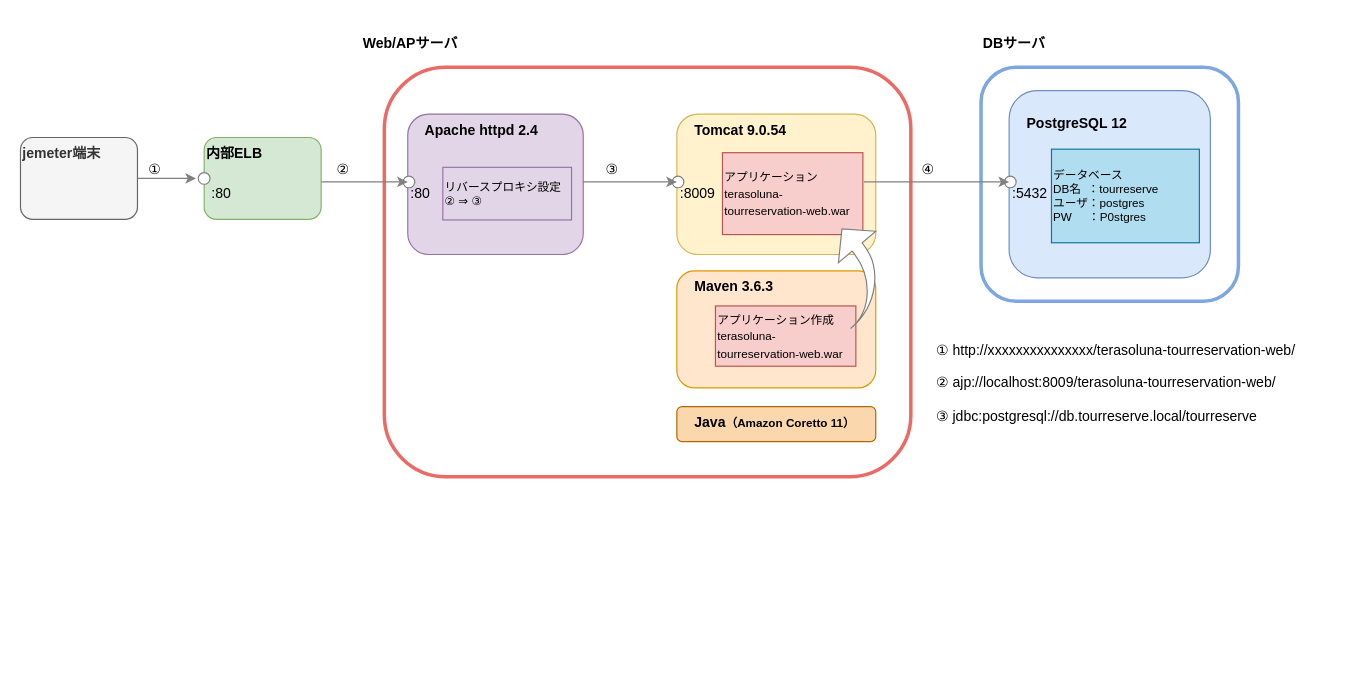
Before: page "ページ2" (2 of 3) of big-ip.drawio in muroya2355/aws_performance_test, a draw.io diagram. Source tidied: cells renumbered, new cells numbered last; positions are measured from the earlier drawing's top-left corner, leaving out a move shared by most shapes. Both pictures are drawn from the tidied source at 117%, with x=0, y=0 at pixel (20, 20).
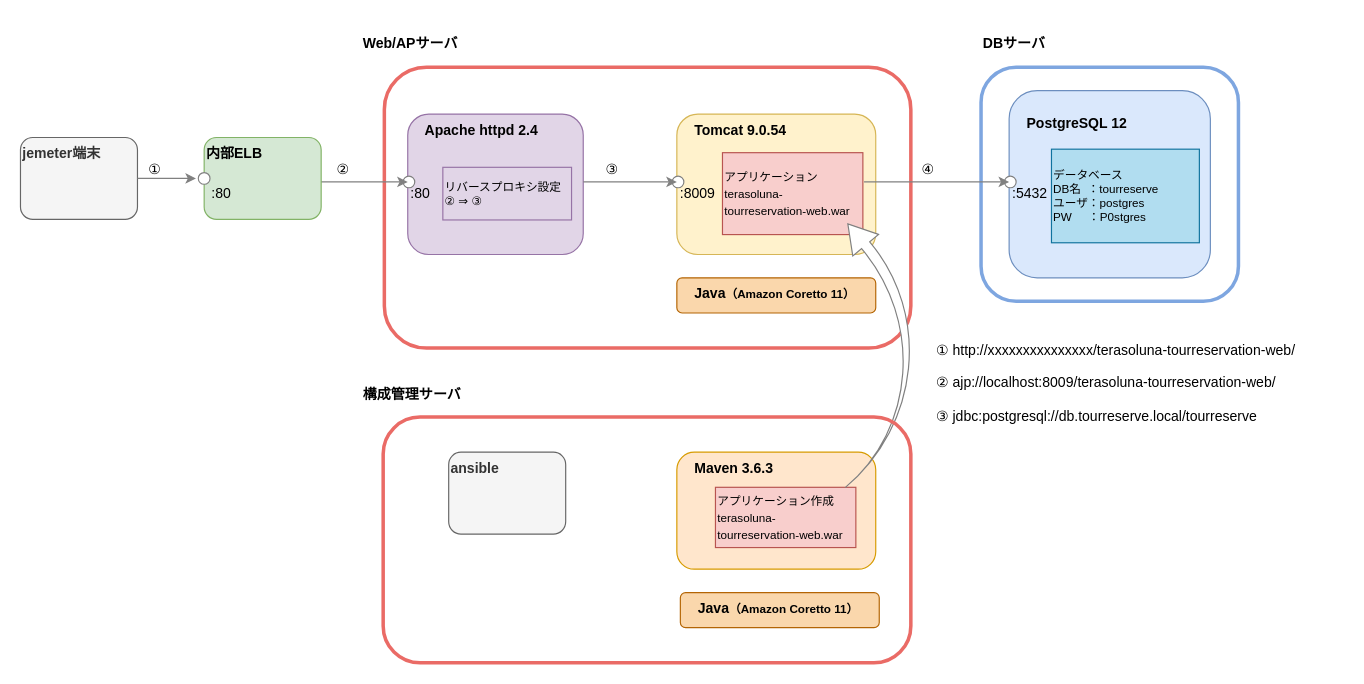
After the change.

Diff of the diagram source:
```diff
@@
     <mxCell id="2" style="rounded=1;whiteSpace=wrap;html=1;align=left;fillColor=none;strokeColor=#EA6B66;strokeWidth=3;" parent="1" vertex="1">
-      <mxGeometry x="311" y="40" width="450" height="350" as="geometry" />
+      <mxGeometry x="311" y="40" width="450" height="240" as="geometry" />
     </mxCell>
@@
     <mxCell id="25" value="&lt;b&gt;&amp;nbsp; &amp;nbsp; Maven 3.6.3&lt;/b&gt;" style="rounded=1;whiteSpace=wrap;html=1;align=left;verticalAlign=top;fillColor=#ffe6cc;strokeColor=#d79b00;" parent="1" vertex="1">
-      <mxGeometry x="561" y="214" width="170" height="100" as="geometry" />
+      <mxGeometry x="561" y="369" width="170" height="100" as="geometry" />
     </mxCell>
     <mxCell id="26" value="&lt;span style=&quot;font-size: 10px&quot;&gt;アプリケーション作成&lt;br&gt;terasoluna-tourreservation-web.war&lt;br&gt;&lt;/span&gt;" style="rounded=0;whiteSpace=wrap;html=1;strokeColor=#b85450;strokeWidth=1;fillColor=#f8cecc;align=left;" parent="1" vertex="1">
-      <mxGeometry x="594" y="244" width="120" height="51.5" as="geometry" />
+      <mxGeometry x="594" y="399" width="120" height="51.5" as="geometry" />
     </mxCell>
-    <mxCell id="27" style="html=1;shadow=0;dashed=0;align=center;verticalAlign=middle;shape=mxgraph.arrows2.jumpInArrow;dy=5.56;dx=20.2;arrowHead=41.76;strokeColor=#808080;strokeWidth=1;fillColor=#ffffff;fontSize=11;flipH=1;rotation=50;" parent="1" vertex="1">
-      <mxGeometry x="678.8" y="179" width="70" height="70" as="geometry" />
+    <mxCell id="27" style="html=1;shadow=0;dashed=0;align=center;verticalAlign=middle;shape=mxgraph.arrows2.jumpInArrow;dy=4.51;dx=23.7;arrowHead=28.72;strokeColor=#808080;strokeWidth=1;fillColor=#ffffff;fontSize=11;flipH=1;rotation=50;" parent="1" vertex="1">
+      <mxGeometry x="625.9" y="201.5" width="171.2" height="161" as="geometry" />
     </mxCell>
     <mxCell id="28" value="&lt;b&gt;&amp;nbsp; &amp;nbsp; Java&lt;font style=&quot;font-size: 10px&quot;&gt;（Amazon Coretto 11）&lt;/font&gt;&lt;/b&gt;" style="rounded=1;whiteSpace=wrap;html=1;align=left;verticalAlign=top;fillColor=#fad7ac;strokeColor=#b46504;" parent="1" vertex="1">
-      <mxGeometry x="561" y="330" width="170" height="30" as="geometry" />
+      <mxGeometry x="561" y="220" width="170" height="30" as="geometry" />
     </mxCell>
@@
+    <mxCell id="35" style="rounded=1;whiteSpace=wrap;html=1;align=left;fillColor=none;strokeColor=#EA6B66;strokeWidth=3;" parent="1" vertex="1">
+      <mxGeometry x="310" y="339" width="451" height="210" as="geometry" />
+    </mxCell>
+    <mxCell id="36" value="&lt;b&gt;構成管理サーバ&lt;/b&gt;" style="text;html=1;strokeColor=none;fillColor=none;align=left;verticalAlign=middle;whiteSpace=wrap;rounded=0;" parent="1" vertex="1">
+      <mxGeometry x="291" y="300" width="180" height="40" as="geometry" />
+    </mxCell>
+    <mxCell id="37" value="&lt;b&gt;&amp;nbsp; &amp;nbsp; Java&lt;font style=&quot;font-size: 10px&quot;&gt;（Amazon Coretto 11）&lt;/font&gt;&lt;/b&gt;" style="rounded=1;whiteSpace=wrap;html=1;align=left;verticalAlign=top;fillColor=#fad7ac;strokeColor=#b46504;" parent="1" vertex="1">
+      <mxGeometry x="564" y="489" width="170" height="30" as="geometry" />
+    </mxCell>
+    <mxCell id="38" value="&lt;b&gt;ansible&lt;/b&gt;" style="rounded=1;whiteSpace=wrap;html=1;align=left;verticalAlign=top;fillColor=#f5f5f5;strokeColor=#666666;fontColor=#333333;" parent="1" vertex="1">
+      <mxGeometry x="366" y="369" width="100" height="70" as="geometry" />
+    </mxCell>
```
